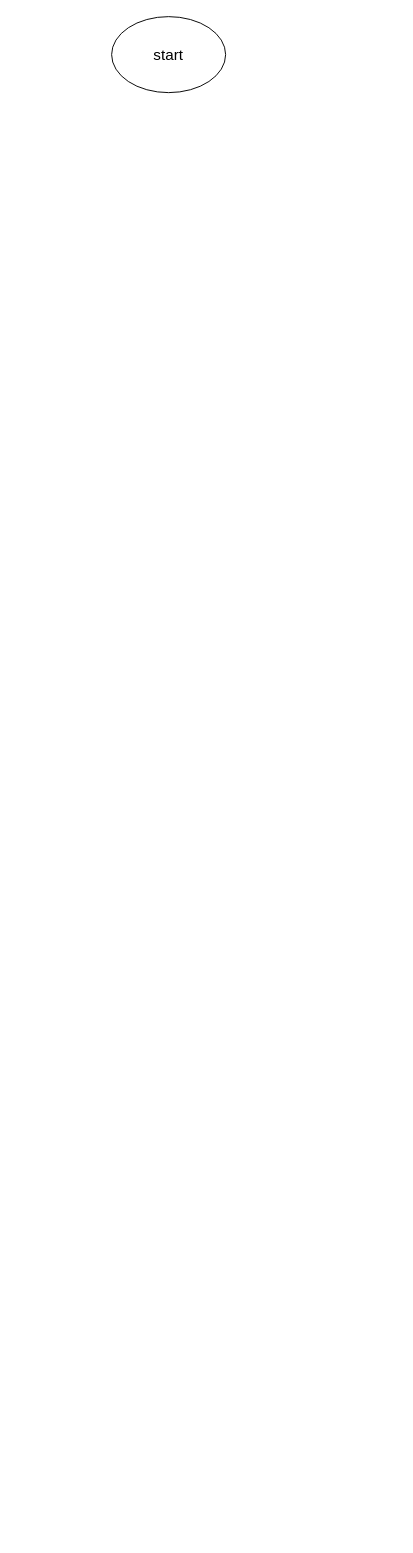
This is Corrleation.drawio from mohammedhamza1/flowcharts, a draw.io file, before an edit. Source tidied: cells renumbered, new cells numbered last; positions are measured from the earlier drawing's top-left corner, leaving out a move shared by most shapes. Both pictures are drawn from the tidied source at 95%, with x=0, y=0 at pixel (111, 16).
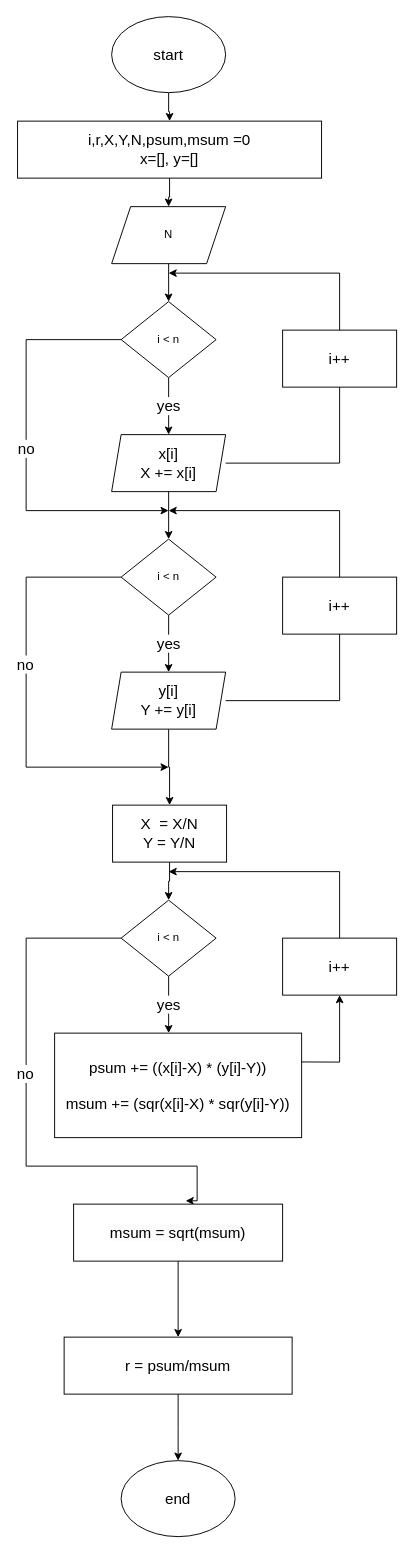
The same page after the edit.

The change refers to these unchanged cells:
```xml
<mxCell id="2" value="&lt;font style=&quot;font-size: 16px;&quot;&gt;start&lt;/font&gt;" style="ellipse;whiteSpace=wrap;html=1;" parent="1" vertex="1">
  <mxGeometry width="120" height="80" as="geometry" />
</mxCell>
```

Diff of the diagram source:
```diff
@@
+    <mxCell id="3" style="edgeStyle=orthogonalEdgeStyle;rounded=0;jettySize=auto;html=1;fontSize=16;" parent="1" edge="1" source="2" target="5">
+      <mxGeometry relative="1" as="geometry" />
+    </mxCell>
@@
+    <mxCell id="4" style="edgeStyle=orthogonalEdgeStyle;rounded=0;jettySize=auto;html=1;fontSize=16;" parent="1" edge="1" source="5" target="7">
+      <mxGeometry relative="1" as="geometry" />
+    </mxCell>
+    <mxCell id="5" value="&lt;font style=&quot;font-size: 16px;&quot;&gt;i,r,X,Y,N,psum,msum =0&lt;br&gt;x=[], y=[]&lt;br&gt;&lt;/font&gt;" style="whiteSpace=wrap;html=1;" parent="1" vertex="1">
+      <mxGeometry x="-99" y="110" width="320" height="60" as="geometry" />
+    </mxCell>
+    <mxCell id="6" style="edgeStyle=orthogonalEdgeStyle;rounded=0;jettySize=auto;html=1;fontSize=16;" parent="1" edge="1" source="7" target="11">
+      <mxGeometry relative="1" as="geometry" />
+    </mxCell>
+    <mxCell id="7" value="N" style="shape=parallelogram;perimeter=parallelogramPerimeter;whiteSpace=wrap;html=1;fixedSize=1;" parent="1" vertex="1">
+      <mxGeometry y="200" width="120" height="60" as="geometry" />
+    </mxCell>
+    <mxCell id="8" style="edgeStyle=orthogonalEdgeStyle;rounded=0;orthogonalLoop=1;jettySize=auto;html=1;exitX=1;exitY=0.5;exitDx=0;exitDy=0;fontSize=16;" parent="1" edge="1">
+      <mxGeometry relative="1" as="geometry">
+        <mxPoint x="120" y="470" as="sourcePoint" />
+        <mxPoint x="60" y="270" as="targetPoint" />
+        <Array as="points">
+          <mxPoint x="240" y="470" />
+          <mxPoint x="240" y="270" />
+        </Array>
+      </mxGeometry>
+    </mxCell>
+    <mxCell id="9" value="yes" style="edgeStyle=orthogonalEdgeStyle;rounded=0;jettySize=auto;html=1;exitX=0.5;exitY=1;exitDx=0;exitDy=0;fontSize=16;" parent="1" edge="1" source="11">
+      <mxGeometry relative="1" as="geometry">
+        <mxPoint x="60" y="440" as="targetPoint" />
+      </mxGeometry>
+    </mxCell>
+    <mxCell id="10" value="no" style="edgeStyle=orthogonalEdgeStyle;rounded=0;jettySize=auto;html=1;fontSize=16;exitX=0;exitY=0.5;exitDx=0;exitDy=0;" parent="1" edge="1" source="11">
+      <mxGeometry relative="1" as="geometry">
+        <mxPoint x="60" y="520" as="targetPoint" />
+        <Array as="points">
+          <mxPoint x="-90" y="340" />
+          <mxPoint x="-90" y="520" />
+        </Array>
+      </mxGeometry>
+    </mxCell>
+    <mxCell id="11" value="i &amp;lt; n" style="rhombus;whiteSpace=wrap;html=1;" parent="1" vertex="1">
+      <mxGeometry x="10" y="300" width="100" height="80" as="geometry" />
+    </mxCell>
+    <mxCell id="12" value="i++" style="rounded=0;whiteSpace=wrap;html=1;fontSize=16;" parent="1" vertex="1">
+      <mxGeometry x="180" y="330" width="120" height="60" as="geometry" />
+    </mxCell>
+    <mxCell id="13" style="edgeStyle=orthogonalEdgeStyle;rounded=0;orthogonalLoop=1;jettySize=auto;html=1;exitX=1;exitY=0.5;exitDx=0;exitDy=0;fontSize=16;" parent="1" edge="1">
+      <mxGeometry relative="1" as="geometry">
+        <mxPoint x="120" y="720" as="sourcePoint" />
+        <mxPoint x="60" y="520" as="targetPoint" />
+        <Array as="points">
+          <mxPoint x="240" y="720" />
+          <mxPoint x="240" y="520" />
+        </Array>
+      </mxGeometry>
+    </mxCell>
+    <mxCell id="14" value="yes" style="edgeStyle=orthogonalEdgeStyle;rounded=0;jettySize=auto;html=1;exitX=0.5;exitY=1;exitDx=0;exitDy=0;fontSize=16;" parent="1" edge="1" source="17">
+      <mxGeometry relative="1" as="geometry">
+        <mxPoint x="60" y="690" as="targetPoint" />
+      </mxGeometry>
+    </mxCell>
+    <mxCell id="15" style="edgeStyle=orthogonalEdgeStyle;rounded=0;jettySize=auto;html=1;exitX=0;exitY=0.5;exitDx=0;exitDy=0;fontSize=16;" parent="1" edge="1" source="17">
+      <mxGeometry relative="1" as="geometry">
+        <mxPoint x="60" y="790" as="targetPoint" />
+        <Array as="points">
+          <mxPoint x="-90" y="590" />
+          <mxPoint x="-90" y="790" />
+        </Array>
+      </mxGeometry>
+    </mxCell>
+    <mxCell id="16" value="no" style="edgeLabel;html=1;align=center;verticalAlign=middle;fontSize=16;" parent="15" vertex="1">
+      <mxGeometry x="-0.15" y="-2" relative="1" as="geometry" />
+    </mxCell>
+    <mxCell id="17" value="i &amp;lt; n" style="rhombus;whiteSpace=wrap;html=1;" parent="1" vertex="1">
+      <mxGeometry x="10" y="550" width="100" height="80" as="geometry" />
+    </mxCell>
+    <mxCell id="18" value="i++" style="rounded=0;whiteSpace=wrap;html=1;fontSize=16;" parent="1" vertex="1">
+      <mxGeometry x="180" y="590" width="120" height="60" as="geometry" />
+    </mxCell>
+    <mxCell id="19" style="edgeStyle=orthogonalEdgeStyle;rounded=0;jettySize=auto;html=1;exitX=0.5;exitY=1;exitDx=0;exitDy=0;entryX=0.5;entryY=0;entryDx=0;entryDy=0;fontSize=16;" parent="1" edge="1" source="20" target="17">
+      <mxGeometry relative="1" as="geometry" />
+    </mxCell>
+    <mxCell id="20" value="x[i]&lt;br&gt;X += x[i]" style="shape=parallelogram;perimeter=parallelogramPerimeter;whiteSpace=wrap;html=1;fixedSize=1;fontSize=16;size=10;" parent="1" vertex="1">
+      <mxGeometry y="440" width="120" height="60" as="geometry" />
+    </mxCell>
+    <mxCell id="21" style="edgeStyle=orthogonalEdgeStyle;rounded=0;jettySize=auto;html=1;fontSize=16;" parent="1" edge="1" source="22" target="24">
+      <mxGeometry relative="1" as="geometry" />
+    </mxCell>
+    <mxCell id="22" value="y[i]&lt;br&gt;Y += y[i]" style="shape=parallelogram;perimeter=parallelogramPerimeter;whiteSpace=wrap;html=1;fixedSize=1;fontSize=16;size=10;" parent="1" vertex="1">
+      <mxGeometry y="690" width="120" height="60" as="geometry" />
+    </mxCell>
+    <mxCell id="23" style="edgeStyle=orthogonalEdgeStyle;rounded=0;jettySize=auto;html=1;fontSize=16;" parent="1" edge="1" source="24" target="28">
+      <mxGeometry relative="1" as="geometry" />
+    </mxCell>
+    <mxCell id="24" value="X&amp;nbsp; = X/N&lt;br&gt;Y = Y/N" style="whiteSpace=wrap;html=1;fontSize=16;" parent="1" vertex="1">
+      <mxGeometry x="1" y="830" width="120" height="60" as="geometry" />
+    </mxCell>
+    <mxCell id="25" value="yes" style="edgeStyle=orthogonalEdgeStyle;rounded=0;jettySize=auto;html=1;exitX=0.5;exitY=1;exitDx=0;exitDy=0;fontSize=16;" parent="1" edge="1" source="28">
+      <mxGeometry relative="1" as="geometry">
+        <mxPoint x="60" y="1070" as="targetPoint" />
+      </mxGeometry>
+    </mxCell>
+    <mxCell id="26" style="edgeStyle=orthogonalEdgeStyle;rounded=0;jettySize=auto;html=1;exitX=0;exitY=0.5;exitDx=0;exitDy=0;fontSize=16;entryX=0.536;entryY=-0.058;entryDx=0;entryDy=0;entryPerimeter=0;" parent="1" edge="1" source="28" target="34">
+      <mxGeometry relative="1" as="geometry">
+        <Array as="points">
+          <mxPoint x="-90" y="970" />
+          <mxPoint x="-90" y="1210" />
+          <mxPoint x="90" y="1210" />
+        </Array>
+      </mxGeometry>
+    </mxCell>
+    <mxCell id="27" value="no" style="edgeLabel;html=1;align=center;verticalAlign=middle;fontSize=16;" parent="26" vertex="1">
+      <mxGeometry x="-0.15" y="-2" relative="1" as="geometry" />
+    </mxCell>
+    <mxCell id="28" value="i &amp;lt; n" style="rhombus;whiteSpace=wrap;html=1;" parent="1" vertex="1">
+      <mxGeometry x="10" y="930" width="100" height="80" as="geometry" />
+    </mxCell>
+    <mxCell id="29" style="edgeStyle=orthogonalEdgeStyle;rounded=0;jettySize=auto;html=1;exitX=0.5;exitY=0;exitDx=0;exitDy=0;fontSize=16;" parent="1" edge="1" source="30">
+      <mxGeometry relative="1" as="geometry">
+        <mxPoint x="60" y="900" as="targetPoint" />
+        <Array as="points">
+          <mxPoint x="240" y="900" />
+        </Array>
+      </mxGeometry>
+    </mxCell>
+    <mxCell id="30" value="i++" style="rounded=0;whiteSpace=wrap;html=1;fontSize=16;" parent="1" vertex="1">
+      <mxGeometry x="180" y="970" width="120" height="60" as="geometry" />
+    </mxCell>
+    <mxCell id="31" style="edgeStyle=orthogonalEdgeStyle;rounded=0;jettySize=auto;html=1;exitX=1;exitY=0.5;exitDx=0;exitDy=0;fontSize=16;entryX=0.5;entryY=1;entryDx=0;entryDy=0;" parent="1" edge="1" target="30">
+      <mxGeometry relative="1" as="geometry">
+        <mxPoint x="115" y="1100" as="sourcePoint" />
+      </mxGeometry>
+    </mxCell>
+    <mxCell id="32" value="psum += ((x[i]-X) * (y[i]-Y))&lt;br&gt;&lt;br&gt;msum += (sqr(x[i]-X) * sqr(y[i]-Y))" style="whiteSpace=wrap;html=1;fontSize=16;" parent="1" vertex="1">
+      <mxGeometry x="-60" y="1070" width="260" height="110" as="geometry" />
+    </mxCell>
+    <mxCell id="33" style="edgeStyle=orthogonalEdgeStyle;rounded=0;jettySize=auto;html=1;fontSize=16;" parent="1" edge="1" source="34" target="36">
+      <mxGeometry relative="1" as="geometry" />
+    </mxCell>
+    <mxCell id="34" value="&lt;span style=&quot;color: rgb(0, 0, 0); font-family: Helvetica; font-size: 16px; font-style: normal; font-variant-ligatures: normal; font-variant-caps: normal; font-weight: 400; letter-spacing: normal; orphans: 2; text-align: center; text-indent: 0px; text-transform: none; widows: 2; word-spacing: 0px; -webkit-text-stroke-width: 0px; background-color: rgb(251, 251, 251); text-decoration-thickness: initial; text-decoration-style: initial; text-decoration-color: initial; float: none; display: inline !important;&quot;&gt;msum = sqrt(msum)&lt;/span&gt;" style="rounded=0;whiteSpace=wrap;html=1;fontSize=16;" parent="1" vertex="1">
+      <mxGeometry x="-40" y="1250" width="220" height="60" as="geometry" />
+    </mxCell>
+    <mxCell id="35" style="edgeStyle=orthogonalEdgeStyle;rounded=0;jettySize=auto;html=1;fontSize=16;" parent="1" edge="1" source="36">
+      <mxGeometry relative="1" as="geometry">
+        <mxPoint x="70" y="1520" as="targetPoint" />
+      </mxGeometry>
+    </mxCell>
+    <mxCell id="36" value="r = psum/msum" style="whiteSpace=wrap;html=1;fontSize=16;rounded=0;" parent="1" vertex="1">
+      <mxGeometry x="-50" y="1390" width="240" height="60" as="geometry" />
+    </mxCell>
+    <mxCell id="37" value="end" style="ellipse;whiteSpace=wrap;html=1;fontSize=16;" parent="1" vertex="1">
+      <mxGeometry x="10" y="1520" width="120" height="80" as="geometry" />
+    </mxCell>
```
